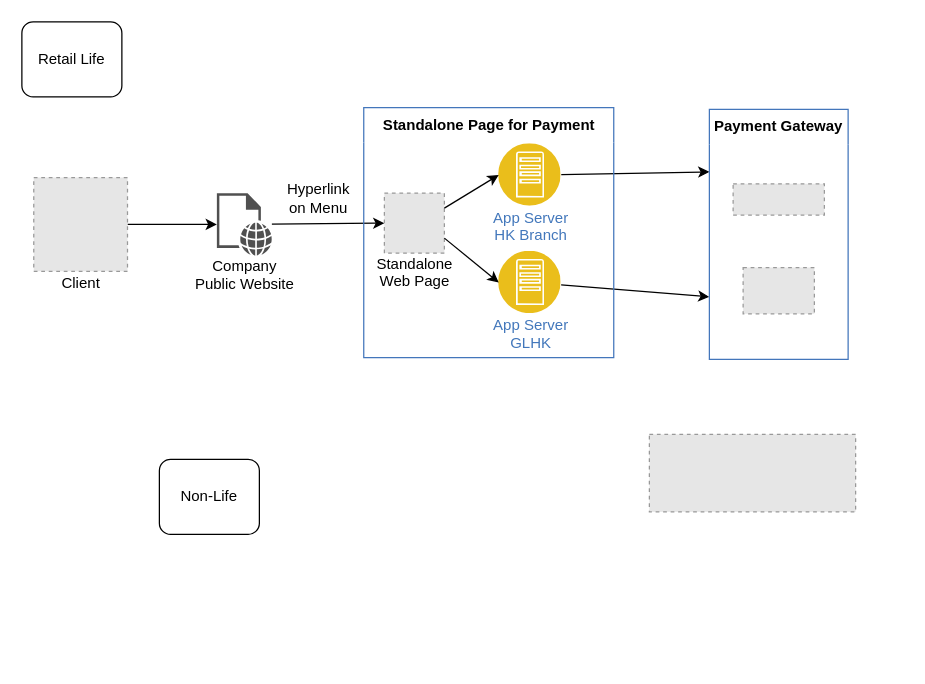
Above: Digital_Payment_Gateway.drawio in whalebig27/change-request-process-diagram (draw.io), before the change. Source tidied: cells renumbered, new cells numbered last; positions are measured from the earlier drawing's top-left corner, leaving out a move shared by most shapes. Both pictures are drawn from the tidied source at 125%, with x=0, y=0 at pixel (21, 21). Pictures stored in the file or linked from it are replaced by grey dashed boxes.
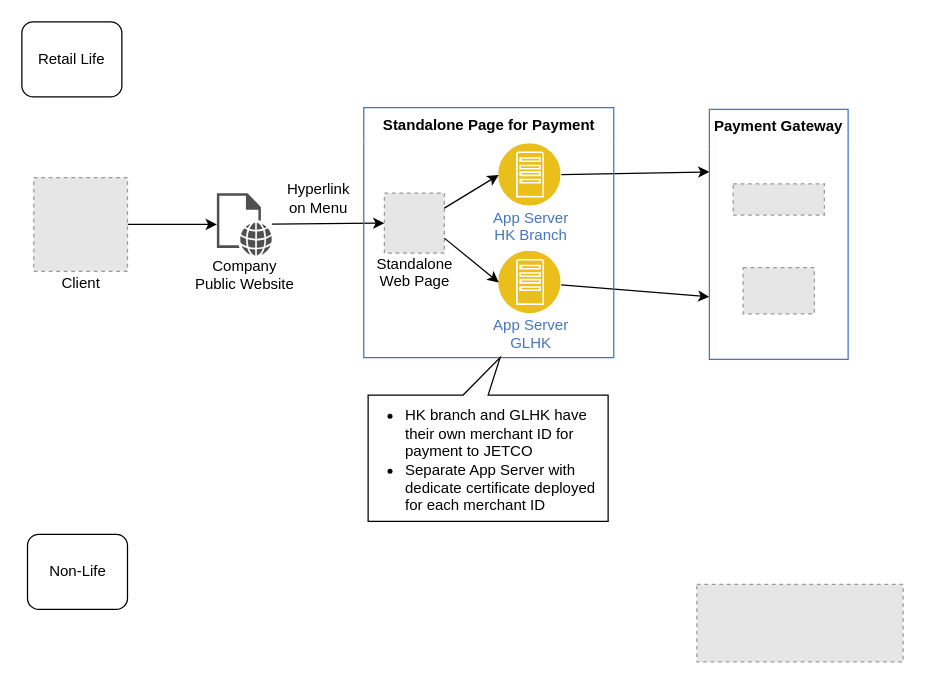
The same page after the edit.

The edit, as a diff of the source:
```diff
@@
     <mxCell id="2" style="fillColor=#E6E6E6;strokeColor=#999999;dashed=1;verticalLabelPosition=bottom;labelBackgroundColor=#ffffff;verticalAlign=top;" parent="1" vertex="1">
-      <mxGeometry x="502" y="330" width="165" height="62" as="geometry" />
+      <mxGeometry x="540" y="450" width="165" height="62" as="geometry" />
     </mxCell>
@@
     <mxCell id="6" value="Non-Life" style="rounded=1;whiteSpace=wrap;html=1;" parent="1" vertex="1">
-      <mxGeometry x="110" y="350" width="80" height="60" as="geometry" />
+      <mxGeometry x="4.5" y="410" width="80" height="60" as="geometry" />
     </mxCell>
@@
+    <mxCell id="21" style="shape=callout;whiteSpace=wrap;html=1;perimeter=calloutPerimeter;align=center;rotation=-180;position2=0.45;" parent="1" vertex="1">
+      <mxGeometry x="277" y="268.5" width="192" height="131" as="geometry" />
+    </mxCell>
+    <mxCell id="22" value="&lt;ul&gt;&lt;li&gt;HK branch and GLHK have their own merchant ID for payment to JETCO&lt;/li&gt;&lt;li&gt;Separate App Server with dedicate certificate deployed for each merchant ID&lt;/li&gt;&lt;/ul&gt;" style="text;html=1;strokeColor=none;fillColor=none;align=left;verticalAlign=middle;whiteSpace=wrap;rounded=0;" parent="1" vertex="1">
+      <mxGeometry x="265" y="310.5" width="210" height="81" as="geometry" />
+    </mxCell>
```
